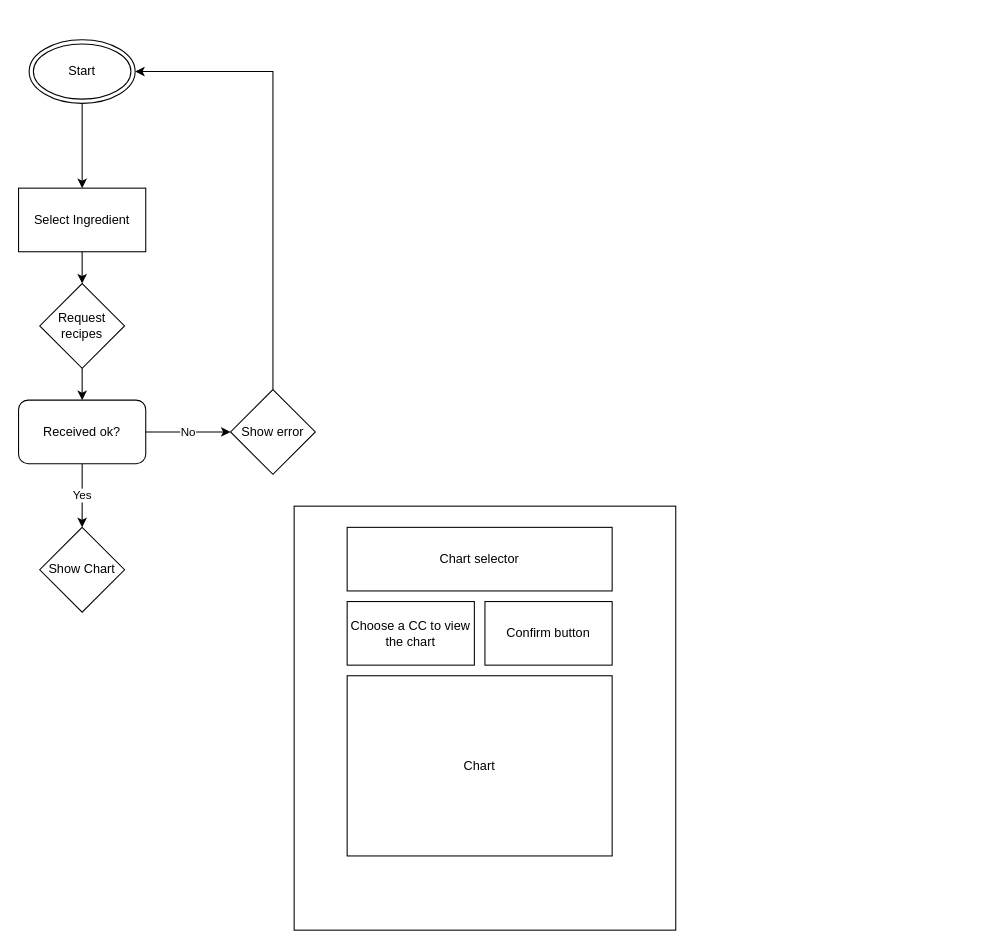
Above: scratch/drawio sketch.drawio in winterpetrichor/WYWMrecipeSearcher (draw.io), before the change. Source tidied: cells renumbered, new cells numbered last; positions are measured from the earlier drawing's top-left corner, leaving out a move shared by most shapes. Both pictures are drawn from the tidied source at 106%, with x=0, y=0 at pixel (18, 39).
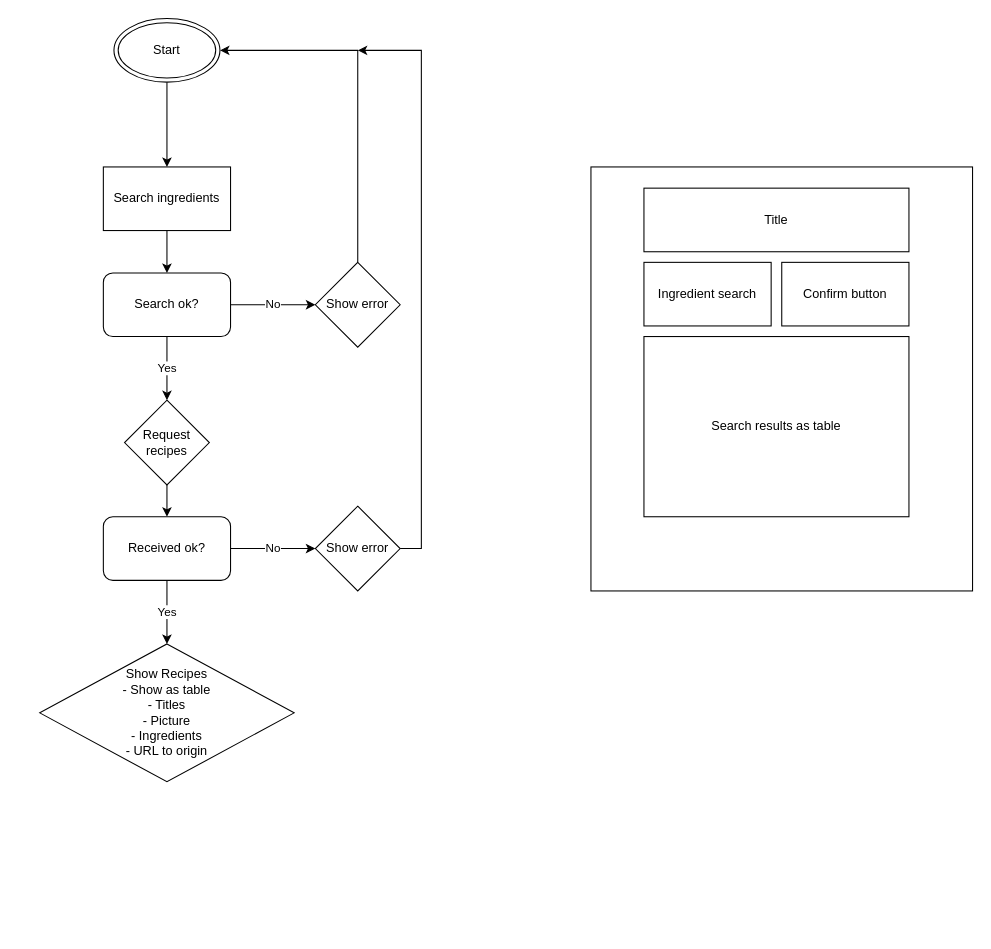
The same page after the edit.

Change to the diagram source:
```diff
@@
     <mxCell id="2" style="rounded=0;whiteSpace=wrap;html=1;" parent="1" vertex="1">
-      <mxGeometry x="260" y="440" width="360" height="400" as="geometry" />
+      <mxGeometry x="540" y="120" width="360" height="400" as="geometry" />
     </mxCell>
@@
     <mxCell id="4" value="Start" style="ellipse;shape=doubleEllipse;whiteSpace=wrap;html=1;" parent="1" vertex="1">
-      <mxGeometry x="10" width="100" height="60" as="geometry" />
+      <mxGeometry x="90" y="-20" width="100" height="60" as="geometry" />
     </mxCell>
-    <mxCell id="5" value="Select Ingredient" style="rounded=0;whiteSpace=wrap;html=1;" parent="1" vertex="1">
-      <mxGeometry y="140" width="120" height="60" as="geometry" />
+    <mxCell id="5" value="Search ingredients" style="rounded=0;whiteSpace=wrap;html=1;" parent="1" vertex="1">
+      <mxGeometry x="80" y="120" width="120" height="60" as="geometry" />
     </mxCell>
@@
     <mxCell id="7" value="Request &lt;br&gt;recipes" style="rhombus;whiteSpace=wrap;html=1;" parent="1" vertex="1">
-      <mxGeometry x="20" y="230" width="80" height="80" as="geometry" />
+      <mxGeometry x="100" y="340" width="80" height="80" as="geometry" />
     </mxCell>
@@
     <mxCell id="10" value="Received ok?" style="rounded=1;whiteSpace=wrap;html=1;" parent="1" vertex="1">
-      <mxGeometry y="340" width="120" height="60" as="geometry" />
+      <mxGeometry x="80" y="450" width="120" height="60" as="geometry" />
     </mxCell>
-    <mxCell id="11" style="edgeStyle=orthogonalEdgeStyle;rounded=0;jettySize=auto;html=1;exitX=0.5;exitY=0;exitDx=0;exitDy=0;entryX=1;entryY=0.5;entryDx=0;entryDy=0;" parent="1" edge="1" source="12" target="4">
+    <mxCell id="11" style="edgeStyle=orthogonalEdgeStyle;rounded=0;jettySize=auto;html=1;entryX=1;entryY=0.5;entryDx=0;entryDy=0;exitX=0.5;exitY=0;exitDx=0;exitDy=0;" parent="1" edge="1" source="22" target="4">
       <mxGeometry relative="1" as="geometry" />
     </mxCell>
     <mxCell id="12" value="Show error" style="rhombus;whiteSpace=wrap;html=1;" parent="1" vertex="1">
-      <mxGeometry x="200" y="330" width="80" height="80" as="geometry" />
+      <mxGeometry x="280" y="440" width="80" height="80" as="geometry" />
     </mxCell>
-    <mxCell id="13" value="Show Chart" style="rhombus;whiteSpace=wrap;html=1;" parent="1" vertex="1">
-      <mxGeometry x="20" y="460" width="80" height="80" as="geometry" />
+    <mxCell id="13" value="Show Recipes&lt;br&gt;- Show as table&lt;br&gt;- Titles&lt;br&gt;- Picture&lt;br&gt;- Ingredients&lt;br&gt;- URL to origin" style="rhombus;whiteSpace=wrap;html=1;" parent="1" vertex="1">
+      <mxGeometry x="20" y="570" width="240" height="130" as="geometry" />
     </mxCell>
-    <mxCell id="14" style="endArrow=classic;html=1;rounded=0;exitX=0.5;exitY=1;exitDx=0;exitDy=0;" parent="1" edge="1" source="5" target="7">
+    <mxCell id="14" style="endArrow=classic;html=1;rounded=0;exitX=0.5;exitY=1;exitDx=0;exitDy=0;" parent="1" edge="1" source="5" target="21">
       <mxGeometry relative="1" as="geometry" />
     </mxCell>
-    <mxCell id="15" value="Chart selector" style="rounded=0;whiteSpace=wrap;html=1;" parent="1" vertex="1">
-      <mxGeometry x="310" y="460" width="250" height="60" as="geometry" />
+    <mxCell id="15" value="Title" style="rounded=0;whiteSpace=wrap;html=1;" parent="1" vertex="1">
+      <mxGeometry x="590" y="140" width="250" height="60" as="geometry" />
     </mxCell>
-    <mxCell id="16" value="Choose a CC to view the chart" style="rounded=0;whiteSpace=wrap;html=1;" parent="1" vertex="1">
-      <mxGeometry x="310" y="530" width="120" height="60" as="geometry" />
+    <mxCell id="16" value="Ingredient search" style="rounded=0;whiteSpace=wrap;html=1;" parent="1" vertex="1">
+      <mxGeometry x="590" y="210" width="120" height="60" as="geometry" />
     </mxCell>
-    <mxCell id="17" value="Chart" style="rounded=0;whiteSpace=wrap;html=1;" parent="1" vertex="1">
-      <mxGeometry x="310" y="600" width="250" height="170" as="geometry" />
+    <mxCell id="17" value="Search results as table" style="rounded=0;whiteSpace=wrap;html=1;" parent="1" vertex="1">
+      <mxGeometry x="590" y="280" width="250" height="170" as="geometry" />
     </mxCell>
     <mxCell id="18" value="Confirm button" style="rounded=0;whiteSpace=wrap;html=1;" parent="1" vertex="1">
-      <mxGeometry x="440" y="530" width="120" height="60" as="geometry" />
+      <mxGeometry x="720" y="210" width="120" height="60" as="geometry" />
     </mxCell>
+    <mxCell id="19" value="Yes" style="edgeStyle=orthogonalEdgeStyle;rounded=0;jettySize=auto;html=1;exitX=0.5;exitY=1;exitDx=0;exitDy=0;" parent="1" edge="1" source="21">
+      <mxGeometry relative="1" as="geometry">
+        <mxPoint x="140" y="340" as="targetPoint" />
+      </mxGeometry>
+    </mxCell>
+    <mxCell id="20" value="No" style="edgeStyle=orthogonalEdgeStyle;rounded=0;jettySize=auto;html=1;" parent="1" edge="1" source="21" target="22">
+      <mxGeometry relative="1" as="geometry" />
+    </mxCell>
+    <mxCell id="21" value="Search ok?" style="rounded=1;whiteSpace=wrap;html=1;" parent="1" vertex="1">
+      <mxGeometry x="80" y="220" width="120" height="60" as="geometry" />
+    </mxCell>
+    <mxCell id="22" value="Show error" style="rhombus;whiteSpace=wrap;html=1;" parent="1" vertex="1">
+      <mxGeometry x="280" y="210" width="80" height="80" as="geometry" />
+    </mxCell>
+    <mxCell id="23" style="edgeStyle=orthogonalEdgeStyle;rounded=0;jettySize=auto;html=1;exitX=1;exitY=0.5;exitDx=0;exitDy=0;" parent="1" edge="1" source="12">
+      <mxGeometry relative="1" as="geometry">
+        <mxPoint x="320" y="10" as="targetPoint" />
+        <Array as="points">
+          <mxPoint x="380" y="480" />
+          <mxPoint x="380" y="10" />
+        </Array>
+      </mxGeometry>
+    </mxCell>
```
